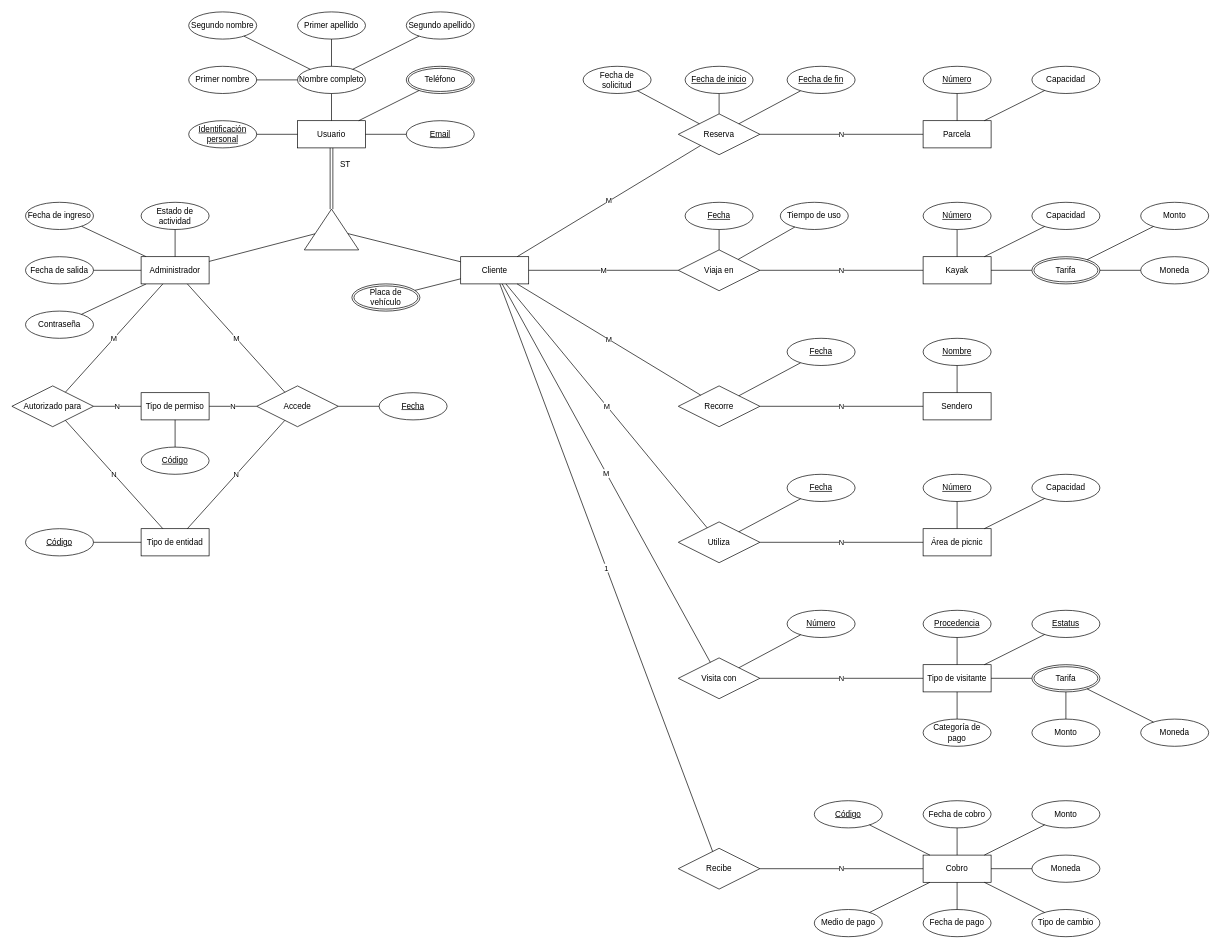
Earlier version of the draw.io diagram page "Modelo E-R" (1 of 2) of design/database/Base de datos de Junquillal.drawio (alfateam23/alfateam_ci0128_23a). Source tidied: cells renumbered, new cells numbered last; positions are measured from the earlier drawing's top-left corner, leaving out a move shared by most shapes. Both pictures are drawn from the tidied source at 68%, with x=0, y=0 at pixel (12, 12).
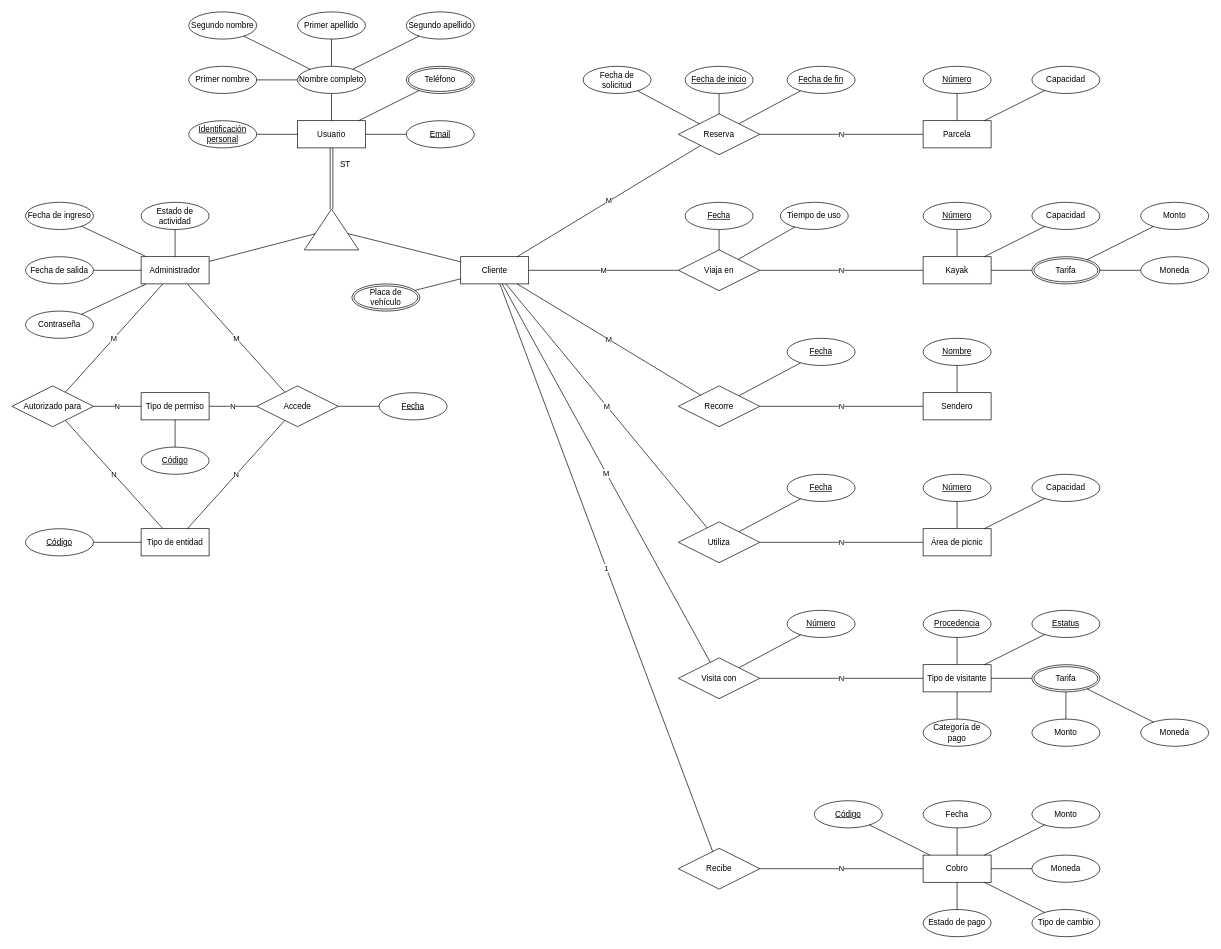
The same diagram, later.

Unchanged cells that the change refers to:
```xml
<mxCell id="57" value="Cobro" style="whiteSpace=wrap;html=1;align=center;" parent="1" vertex="1">
  <mxGeometry x="1340" y="1240" width="100" height="40" as="geometry" />
</mxCell>
```

Change to the diagram source:
```diff
@@
-    <mxCell id="64" value="Fecha de cobro" style="ellipse;whiteSpace=wrap;html=1;align=center;" parent="1" vertex="1">
+    <mxCell id="64" value="Fecha" style="ellipse;whiteSpace=wrap;html=1;align=center;" parent="1" vertex="1">
       <mxGeometry x="1340" y="1160" width="100" height="40" as="geometry" />
     </mxCell>
@@
-    <mxCell id="69" value="Medio de pago" style="ellipse;whiteSpace=wrap;html=1;align=center;" parent="1" vertex="1">
-      <mxGeometry x="1180" y="1320" width="100" height="40" as="geometry" />
-    </mxCell>
@@
-    <mxCell id="133" value="Fecha de pago" style="ellipse;whiteSpace=wrap;html=1;align=center;" parent="1" vertex="1">
+    <mxCell id="133" value="Estado de pago" style="ellipse;whiteSpace=wrap;html=1;align=center;" parent="1" vertex="1">
       <mxGeometry x="1340" y="1320" width="100" height="40" as="geometry" />
     </mxCell>
@@
-    <mxCell id="135" style="endArrow=none;html=1;rounded=0;" parent="1" edge="1" source="57" target="69">
-      <mxGeometry relative="1" as="geometry" />
-    </mxCell>
```
